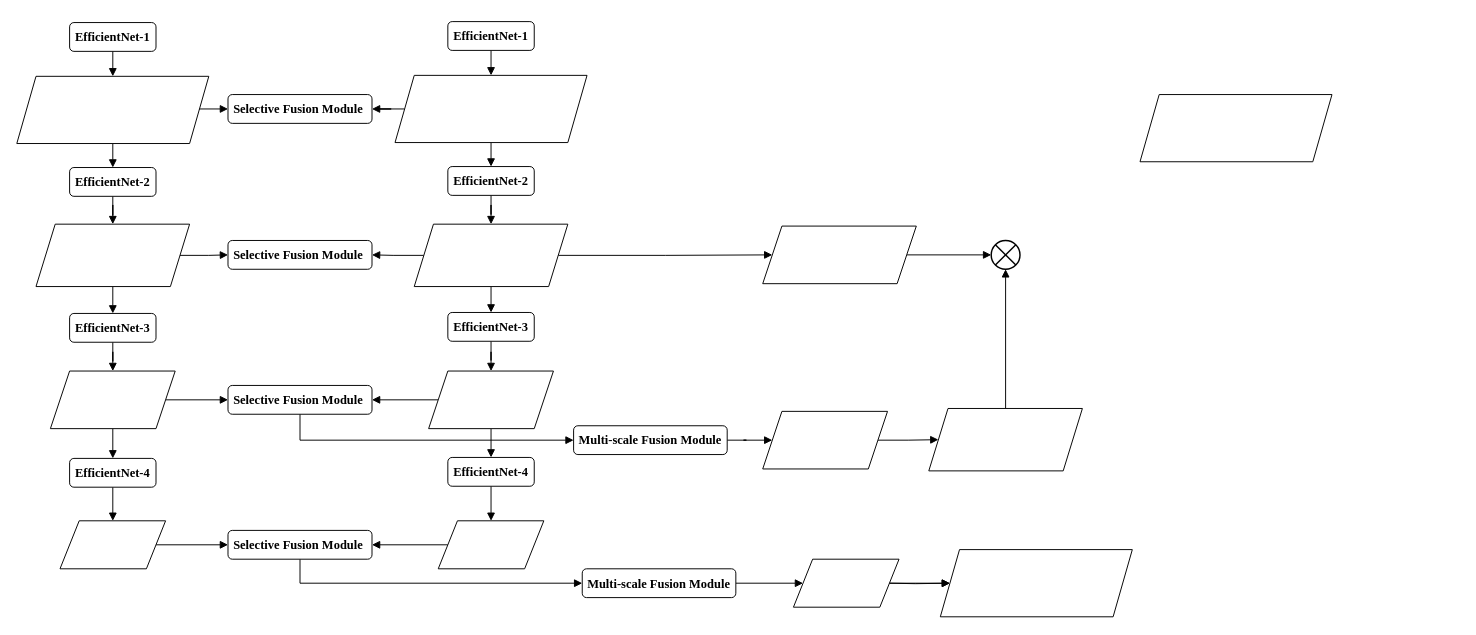
Earlier version of the draw.io diagram DMNet.drawio (qiuluyi/Remote-sensing). Source tidied: cells renumbered, new cells numbered last; positions are measured from the earlier drawing's top-left corner, leaving out a move shared by most shapes. Both pictures are drawn from the tidied source at 96%, with x=0, y=0 at pixel (16, 21).
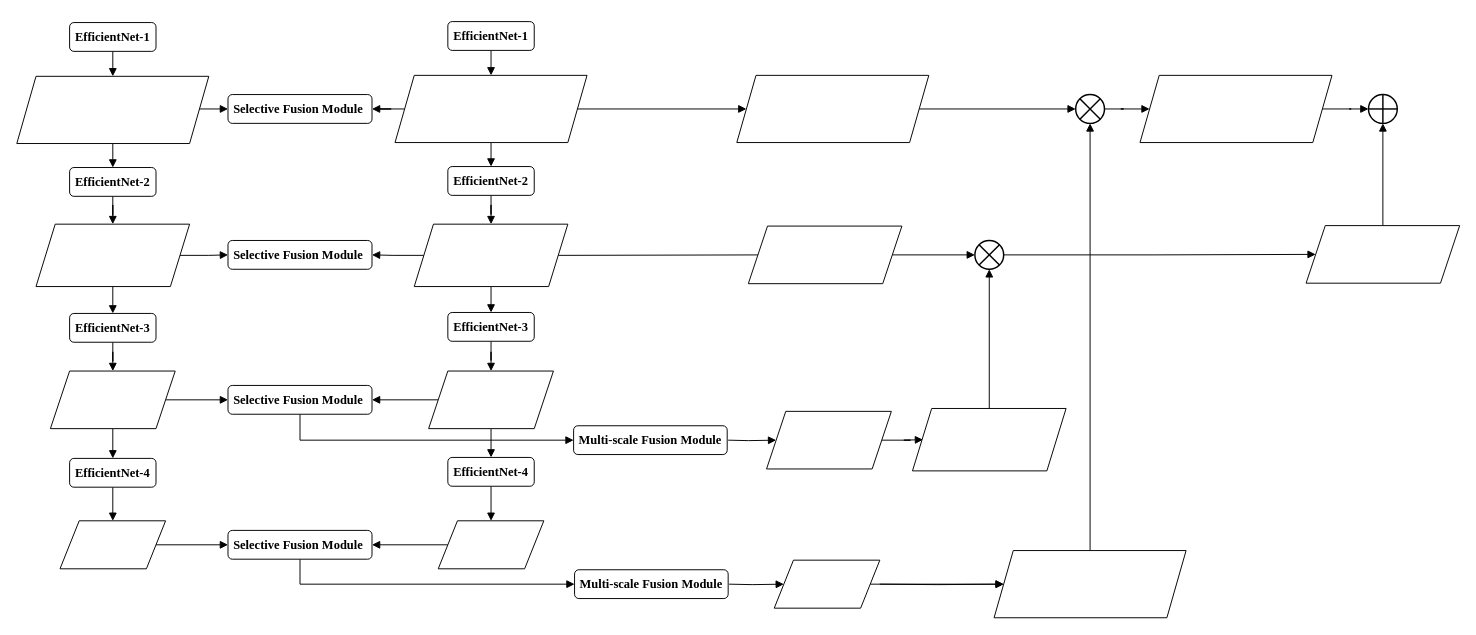
The same diagram, later.

Unchanged cells that the change refers to:
```xml
<mxCell id="24" style="shape=parallelogram;perimeter=parallelogramPerimeter;whiteSpace=wrap;html=1;fixedSize=1;" parent="1" vertex="1">
  <mxGeometry x="414" y="211" width="160" height="65" as="geometry" />
</mxCell>
<mxCell id="32" style="shape=parallelogram;perimeter=parallelogramPerimeter;whiteSpace=wrap;html=1;fixedSize=1;" parent="1" vertex="1">
  <mxGeometry x="394" y="56" width="200" height="70" as="geometry" />
</mxCell>
<mxCell id="50" value="&lt;p style=&quot;font-size: 13px;&quot; class=&quot;Msoheading9&quot;&gt;&lt;font face=&quot;Times New Roman&quot;&gt;&lt;b&gt;&lt;font style=&quot;font-size: 13px;&quot;&gt;Multi-scale &lt;/font&gt;&lt;font style=&quot;font-size: 13px;&quot;&gt;F&lt;/font&gt;&lt;font style=&quot;font-size: 13px;&quot;&gt;usion &lt;/font&gt;&lt;font style=&quot;font-size: 13px;&quot;&gt;M&lt;/font&gt;&lt;font style=&quot;font-size: 13px;&quot;&gt;odule&lt;/font&gt;&lt;/b&gt;&lt;/font&gt;&lt;b&gt;&lt;span style=&quot;font-family: Cambria; font-size: 10.5pt;&quot;&gt;&lt;/span&gt;&lt;/b&gt;&lt;/p&gt;" style="rounded=1;whiteSpace=wrap;html=1;" parent="1" vertex="1">
  <mxGeometry x="580" y="421" width="160" height="30" as="geometry" />
</mxCell>
```

Change to the diagram source:
```diff
@@
-    <mxCell id="23" style="edgeStyle=orthogonalEdgeStyle;rounded=0;jettySize=auto;html=1;exitX=1;exitY=0.5;exitDx=0;exitDy=0;fontFamily=Times New Roman;fontSize=13;endArrow=block;endFill=1;" parent="1" edge="1" source="24" target="57">
-      <mxGeometry relative="1" as="geometry" />
+    <mxCell id="23" style="edgeStyle=orthogonalEdgeStyle;rounded=0;jettySize=auto;html=1;exitX=1;exitY=0.5;exitDx=0;exitDy=0;fontFamily=Times New Roman;fontSize=13;endArrow=block;endFill=1;" parent="1" edge="1" source="24">
+      <mxGeometry relative="1" as="geometry">
+        <mxPoint x="787" y="243" as="targetPoint" />
+      </mxGeometry>
     </mxCell>
@@
+    <mxCell id="63" style="edgeStyle=orthogonalEdgeStyle;rounded=0;jettySize=auto;html=1;exitX=1;exitY=0.5;exitDx=0;exitDy=0;fontFamily=Times New Roman;fontSize=13;endArrow=block;endFill=1;" parent="1" edge="1" source="32" target="69">
+      <mxGeometry relative="1" as="geometry" />
+    </mxCell>
@@
-    <mxCell id="47" style="edgeStyle=orthogonalEdgeStyle;rounded=0;jettySize=auto;html=1;exitX=1;exitY=0.5;exitDx=0;exitDy=0;entryX=0;entryY=0.5;entryDx=0;entryDy=0;fontFamily=Times New Roman;fontSize=13;endArrow=block;endFill=1;" parent="1" edge="1" source="48" target="53">
-      <mxGeometry relative="1" as="geometry" />
+    <mxCell id="47" style="edgeStyle=orthogonalEdgeStyle;rounded=0;jettySize=auto;html=1;exitX=1;exitY=0.5;exitDx=0;exitDy=0;entryX=0;entryY=0.5;entryDx=0;entryDy=0;fontFamily=Times New Roman;fontSize=13;endArrow=block;endFill=1;" parent="1" edge="1" target="53">
+      <mxGeometry relative="1" as="geometry">
+        <mxPoint x="742" y="586" as="sourcePoint" />
+      </mxGeometry>
     </mxCell>
     <mxCell id="48" value="&lt;p style=&quot;font-size: 13px;&quot; class=&quot;Msoheading9&quot;&gt;&lt;font face=&quot;Times New Roman&quot;&gt;&lt;b&gt;&lt;font style=&quot;font-size: 13px;&quot;&gt;Multi-scale &lt;/font&gt;&lt;font style=&quot;font-size: 13px;&quot;&gt;F&lt;/font&gt;&lt;font style=&quot;font-size: 13px;&quot;&gt;usion &lt;/font&gt;&lt;font style=&quot;font-size: 13px;&quot;&gt;M&lt;/font&gt;&lt;font style=&quot;font-size: 13px;&quot;&gt;odule&lt;/font&gt;&lt;/b&gt;&lt;/font&gt;&lt;b&gt;&lt;span style=&quot;font-family: Cambria; font-size: 10.5pt;&quot;&gt;&lt;/span&gt;&lt;/b&gt;&lt;/p&gt;" style="rounded=1;whiteSpace=wrap;html=1;" parent="1" vertex="1">
-      <mxGeometry x="589" y="570" width="160" height="30" as="geometry" />
+      <mxGeometry x="581" y="571" width="160" height="30" as="geometry" />
     </mxCell>
-    <mxCell id="49" style="edgeStyle=orthogonalEdgeStyle;rounded=0;jettySize=auto;html=1;exitX=1;exitY=0.5;exitDx=0;exitDy=0;entryX=0;entryY=0.5;entryDx=0;entryDy=0;fontFamily=Times New Roman;fontSize=13;endArrow=block;endFill=1;" parent="1" edge="1" source="50" target="55">
-      <mxGeometry relative="1" as="geometry" />
+    <mxCell id="49" style="edgeStyle=orthogonalEdgeStyle;rounded=0;jettySize=auto;html=1;exitX=1;exitY=0.5;exitDx=0;exitDy=0;entryX=0;entryY=0.5;entryDx=0;entryDy=0;fontFamily=Times New Roman;fontSize=13;endArrow=block;endFill=1;" parent="1" edge="1" target="55">
+      <mxGeometry relative="1" as="geometry">
+        <mxPoint x="741" y="436" as="sourcePoint" />
+      </mxGeometry>
     </mxCell>
@@
-    <mxCell id="51" style="shape=parallelogram;perimeter=parallelogramPerimeter;whiteSpace=wrap;html=1;fixedSize=1;" parent="1" vertex="1">
-      <mxGeometry x="1170" y="76" width="200" height="70" as="geometry" />
-    </mxCell>
@@
     <mxCell id="53" style="shape=parallelogram;perimeter=parallelogramPerimeter;whiteSpace=wrap;html=1;fixedSize=1;" parent="1" vertex="1">
-      <mxGeometry x="809" y="560" width="110" height="50" as="geometry" />
+      <mxGeometry x="789" y="561" width="110" height="50" as="geometry" />
     </mxCell>
-    <mxCell id="54" style="edgeStyle=orthogonalEdgeStyle;rounded=0;jettySize=auto;html=1;exitX=1;exitY=0.5;exitDx=0;exitDy=0;entryX=0;entryY=0.5;entryDx=0;entryDy=0;fontFamily=Times New Roman;fontSize=13;endArrow=block;endFill=1;" parent="1" edge="1" source="55" target="59">
-      <mxGeometry relative="1" as="geometry" />
+    <mxCell id="54" style="edgeStyle=orthogonalEdgeStyle;rounded=0;jettySize=auto;html=1;exitX=1;exitY=0.5;exitDx=0;exitDy=0;entryX=0;entryY=0.5;entryDx=0;entryDy=0;fontFamily=Times New Roman;fontSize=13;endArrow=block;endFill=1;" parent="1" edge="1" source="55">
+      <mxGeometry relative="1" as="geometry">
+        <mxPoint x="944" y="435.5" as="targetPoint" />
+      </mxGeometry>
     </mxCell>
     <mxCell id="55" style="shape=parallelogram;perimeter=parallelogramPerimeter;whiteSpace=wrap;html=1;fixedSize=1;" parent="1" vertex="1">
-      <mxGeometry x="777" y="406" width="130" height="60" as="geometry" />
+      <mxGeometry x="781" y="406" width="130" height="60" as="geometry" />
     </mxCell>
-    <mxCell id="56" style="edgeStyle=orthogonalEdgeStyle;rounded=0;jettySize=auto;html=1;exitX=1;exitY=0.5;exitDx=0;exitDy=0;entryX=0;entryY=0.5;entryDx=0;entryDy=0;fontFamily=Times New Roman;fontSize=13;endArrow=block;endFill=1;" parent="1" edge="1" source="57" target="60">
+    <mxCell id="56" style="edgeStyle=orthogonalEdgeStyle;rounded=0;jettySize=auto;html=1;exitX=1;exitY=0.5;exitDx=0;exitDy=0;entryX=0;entryY=0.5;entryDx=0;entryDy=0;fontFamily=Times New Roman;fontSize=13;endArrow=block;endFill=1;" parent="1" edge="1" source="70" target="60">
       <mxGeometry relative="1" as="geometry" />
     </mxCell>
-    <mxCell id="57" style="shape=parallelogram;perimeter=parallelogramPerimeter;whiteSpace=wrap;html=1;fixedSize=1;" parent="1" vertex="1">
-      <mxGeometry x="777" y="213" width="160" height="60" as="geometry" />
-    </mxCell>
@@
     <mxCell id="59" style="shape=parallelogram;perimeter=parallelogramPerimeter;whiteSpace=wrap;html=1;fixedSize=1;" parent="1" vertex="1">
-      <mxGeometry x="950" y="403" width="160" height="65" as="geometry" />
+      <mxGeometry x="933" y="403" width="160" height="65" as="geometry" />
     </mxCell>
+    <mxCell id="64" style="edgeStyle=orthogonalEdgeStyle;rounded=0;jettySize=auto;html=1;exitX=1;exitY=0.5;exitDx=0;exitDy=0;fontFamily=Times New Roman;fontSize=13;endArrow=block;endFill=1;entryX=0;entryY=0.5;entryDx=0;entryDy=0;" parent="1" edge="1" source="60" target="74">
+      <mxGeometry relative="1" as="geometry" />
+    </mxCell>
     <mxCell id="60" style="shape=sumEllipse;perimeter=ellipsePerimeter;whiteSpace=wrap;html=1;backgroundOutline=1;fontFamily=Times New Roman;fontSize=13;strokeWidth=1.5;" parent="1" vertex="1">
-      <mxGeometry x="1015" y="228" width="30" height="30" as="geometry" />
+      <mxGeometry x="998" y="228" width="30" height="30" as="geometry" />
     </mxCell>
     <mxCell id="61" style="edgeStyle=orthogonalEdgeStyle;rounded=0;jettySize=auto;html=1;exitX=1;exitY=0.5;exitDx=0;exitDy=0;entryX=0;entryY=0.5;entryDx=0;entryDy=0;fontFamily=Times New Roman;fontSize=13;endArrow=block;endFill=1;" parent="1" edge="1" target="62">
       <mxGeometry relative="1" as="geometry">
-        <mxPoint x="909" y="585" as="sourcePoint" />
+        <mxPoint x="899" y="586" as="sourcePoint" />
       </mxGeometry>
     </mxCell>
+    <mxCell id="65" style="edgeStyle=orthogonalEdgeStyle;rounded=0;jettySize=auto;html=1;exitX=0.5;exitY=0;exitDx=0;exitDy=0;entryX=0.5;entryY=1;entryDx=0;entryDy=0;fontFamily=Times New Roman;fontSize=13;endArrow=block;endFill=1;" parent="1" edge="1" source="62" target="67">
+      <mxGeometry relative="1" as="geometry" />
+    </mxCell>
     <mxCell id="62" style="shape=parallelogram;perimeter=parallelogramPerimeter;whiteSpace=wrap;html=1;fixedSize=1;" parent="1" vertex="1">
-      <mxGeometry x="962" y="550" width="200" height="70" as="geometry" />
+      <mxGeometry x="1018" y="551" width="200" height="70" as="geometry" />
     </mxCell>
+    <mxCell id="66" style="edgeStyle=orthogonalEdgeStyle;rounded=0;jettySize=auto;html=1;exitX=1;exitY=0.5;exitDx=0;exitDy=0;fontFamily=Times New Roman;fontSize=13;endArrow=block;endFill=1;entryX=0;entryY=0.5;entryDx=0;entryDy=0;" parent="1" edge="1" source="67" target="72">
+      <mxGeometry relative="1" as="geometry" />
+    </mxCell>
+    <mxCell id="67" style="shape=sumEllipse;perimeter=ellipsePerimeter;whiteSpace=wrap;html=1;backgroundOutline=1;fontFamily=Times New Roman;fontSize=13;strokeWidth=1.5;" parent="1" vertex="1">
+      <mxGeometry x="1103" y="76" width="30" height="30" as="geometry" />
+    </mxCell>
+    <mxCell id="68" style="edgeStyle=orthogonalEdgeStyle;rounded=0;jettySize=auto;html=1;exitX=1;exitY=0.5;exitDx=0;exitDy=0;fontFamily=Times New Roman;fontSize=13;endArrow=block;endFill=1;" parent="1" edge="1" source="69" target="67">
+      <mxGeometry relative="1" as="geometry" />
+    </mxCell>
+    <mxCell id="69" style="shape=parallelogram;perimeter=parallelogramPerimeter;whiteSpace=wrap;html=1;fixedSize=1;" parent="1" vertex="1">
+      <mxGeometry x="750" y="56" width="200" height="70" as="geometry" />
+    </mxCell>
+    <mxCell id="70" style="shape=parallelogram;perimeter=parallelogramPerimeter;whiteSpace=wrap;html=1;fixedSize=1;" parent="1" vertex="1">
+      <mxGeometry x="762" y="213" width="160" height="60" as="geometry" />
+    </mxCell>
+    <mxCell id="71" style="edgeStyle=orthogonalEdgeStyle;rounded=0;jettySize=auto;html=1;exitX=1;exitY=0.5;exitDx=0;exitDy=0;entryX=0;entryY=0.5;entryDx=0;entryDy=0;fontFamily=Times New Roman;fontSize=13;endArrow=block;endFill=1;" parent="1" edge="1" source="72" target="75">
+      <mxGeometry relative="1" as="geometry" />
+    </mxCell>
+    <mxCell id="72" style="shape=parallelogram;perimeter=parallelogramPerimeter;whiteSpace=wrap;html=1;fixedSize=1;" parent="1" vertex="1">
+      <mxGeometry x="1170" y="56" width="200" height="70" as="geometry" />
+    </mxCell>
+    <mxCell id="73" style="edgeStyle=orthogonalEdgeStyle;rounded=0;jettySize=auto;html=1;exitX=0.5;exitY=0;exitDx=0;exitDy=0;entryX=0.5;entryY=1;entryDx=0;entryDy=0;fontFamily=Times New Roman;fontSize=13;endArrow=block;endFill=1;" parent="1" edge="1" source="74" target="75">
+      <mxGeometry relative="1" as="geometry" />
+    </mxCell>
+    <mxCell id="74" style="shape=parallelogram;perimeter=parallelogramPerimeter;whiteSpace=wrap;html=1;fixedSize=1;" parent="1" vertex="1">
+      <mxGeometry x="1343" y="212.5" width="160" height="60" as="geometry" />
+    </mxCell>
+    <mxCell id="75" style="shape=orEllipse;perimeter=ellipsePerimeter;whiteSpace=wrap;html=1;backgroundOutline=1;fontFamily=Times New Roman;fontSize=13;strokeWidth=1.5;" parent="1" vertex="1">
+      <mxGeometry x="1408" y="76" width="30" height="30" as="geometry" />
+    </mxCell>
```
